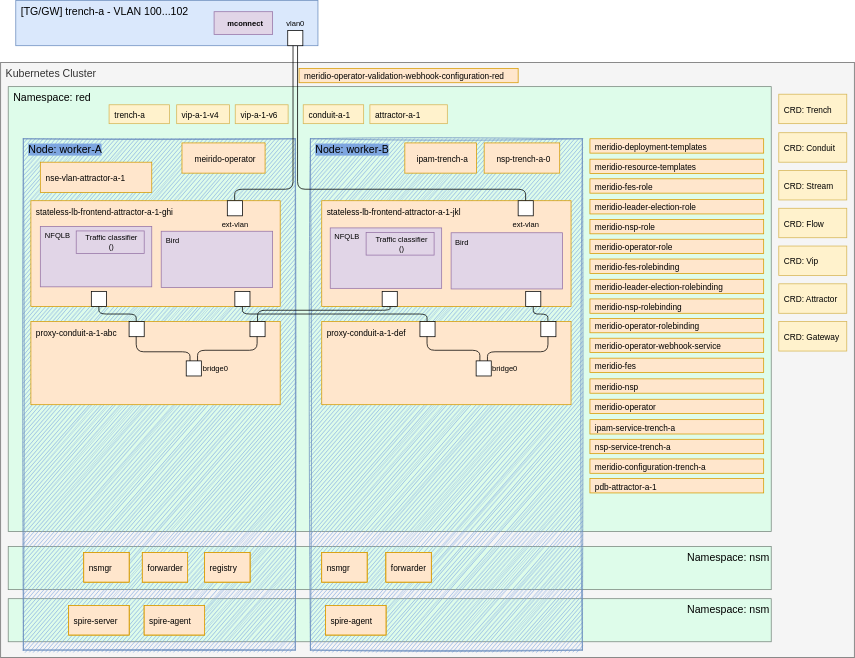
Before: Installation/assets/step-5.svg, a diagram exported from draw.io (Nordix/Meridio). Source tidied: cells renumbered, new cells last; positions are measured from the earlier drawing's top-left corner, leaving out a move shared by most shapes.
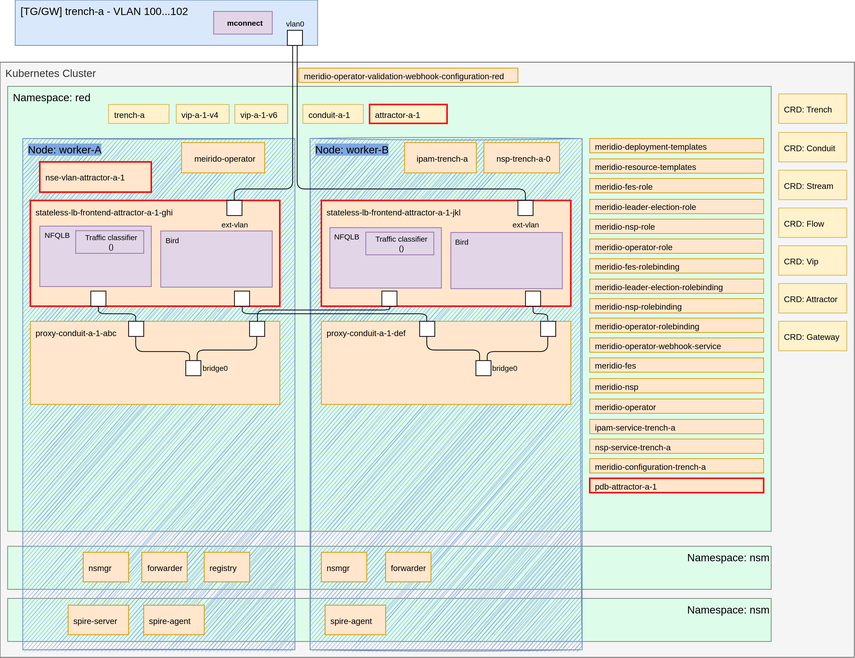
Above is the later version.

Diff of the diagram source:
```diff
@@ -20,7 +20,7 @@
     <mxCell id="7" value="&lt;span style=&quot;background-color: rgb(126, 166, 224);&quot;&gt;Node: worker-A&lt;/span&gt;" style="rounded=0;whiteSpace=wrap;html=1;labelBackgroundColor=none;fontSize=14;align=left;strokeColor=#6c8ebf;verticalAlign=top;spacingLeft=5;sketch=1;fillStyle=hachure;fillColor=#7EA6E0;" parent="1" vertex="1">
       <mxGeometry x="30" y="183.2" width="360" height="676.8" as="geometry" />
     </mxCell>
-    <mxCell id="8" value="&lt;font&gt;&lt;font style=&quot;font-size: 11px;&quot;&gt;stateless-lb-frontend-attractor-a-1-ghi&lt;/font&gt;&lt;br&gt;&lt;/font&gt;" style="rounded=0;whiteSpace=wrap;html=1;labelBackgroundColor=none;fontSize=14;align=left;fillColor=#ffe6cc;strokeColor=#d79b00;verticalAlign=top;spacingLeft=5;" parent="1" vertex="1">
+    <mxCell id="8" value="&lt;font&gt;&lt;font style=&quot;font-size: 11px;&quot;&gt;stateless-lb-frontend-attractor-a-1-ghi&lt;/font&gt;&lt;br&gt;&lt;/font&gt;" style="rounded=0;whiteSpace=wrap;html=1;labelBackgroundColor=none;fontSize=14;align=left;fillColor=#ffe6cc;strokeColor=#FF0000;verticalAlign=top;spacingLeft=5;strokeWidth=2;" parent="1" vertex="1">
       <mxGeometry x="40" y="265.2" width="330" height="140" as="geometry" />
     </mxCell>
     <mxCell id="9" value="ext-vlan" style="strokeColor=inherit;fillColor=inherit;gradientColor=inherit;shape=rect;points=[[0,0.5,0]];html=1;align=center;verticalAlign=top;labelPosition=center;verticalLabelPosition=bottom;labelBackgroundColor=none;fontSize=10;paart=1;" parent="1" vertex="1">
@@ -106,7 +106,7 @@
     <mxCell id="29" style="html=1;align=right;verticalAlign=top;labelBackgroundColor=none;fontSize=10;" parent="27" vertex="1">
       <mxGeometry x="1" relative="1" as="geometry" />
     </mxCell>
-    <mxCell id="30" value="&lt;font&gt;&lt;font style=&quot;font-size: 11px;&quot;&gt;stateless-lb-frontend-attractor-a-1-jkl&lt;/font&gt;&lt;br&gt;&lt;/font&gt;" style="rounded=0;whiteSpace=wrap;html=1;labelBackgroundColor=none;fontSize=14;align=left;fillColor=#ffe6cc;strokeColor=#d79b00;verticalAlign=top;spacingLeft=5;" parent="1" vertex="1">
+    <mxCell id="30" value="&lt;font&gt;&lt;font style=&quot;font-size: 11px;&quot;&gt;stateless-lb-frontend-attractor-a-1-jkl&lt;/font&gt;&lt;br&gt;&lt;/font&gt;" style="rounded=0;whiteSpace=wrap;html=1;labelBackgroundColor=none;fontSize=14;align=left;fillColor=#ffe6cc;strokeColor=#FF0000;verticalAlign=top;spacingLeft=5;strokeWidth=2;" parent="1" vertex="1">
       <mxGeometry x="425" y="265.2" width="330" height="140" as="geometry" />
     </mxCell>
     <mxCell id="31" value="ext-vlan" style="strokeColor=inherit;fillColor=inherit;gradientColor=inherit;shape=rect;points=[[0,0.5,0]];html=1;align=center;verticalAlign=top;labelPosition=center;verticalLabelPosition=bottom;labelBackgroundColor=none;fontSize=10;paart=1;" parent="1" vertex="1">
@@ -252,13 +252,13 @@
     <mxCell id="67" value="&lt;font style=&quot;font-size: 11px&quot;&gt;vip-a-1-v6&lt;br&gt;&lt;/font&gt;" style="rounded=0;whiteSpace=wrap;html=1;labelBackgroundColor=none;fontSize=14;align=left;fillColor=#fff2cc;strokeColor=#d6b656;verticalAlign=middle;spacingLeft=5;" parent="1" vertex="1">
       <mxGeometry x="310.5" y="138.2" width="70" height="25" as="geometry" />
     </mxCell>
-    <mxCell id="68" value="&lt;div style=&quot;&quot;&gt;&lt;font style=&quot;font-size: 11px;&quot;&gt;nse-vlan-attractor-a-1&lt;/font&gt;&lt;/div&gt;" style="rounded=0;whiteSpace=wrap;html=1;labelBackgroundColor=none;fontSize=14;align=left;fillColor=#ffe6cc;strokeColor=#d79b00;verticalAlign=middle;spacingLeft=5;" parent="1" vertex="1">
+    <mxCell id="68" value="&lt;div style=&quot;&quot;&gt;&lt;font style=&quot;font-size: 11px;&quot;&gt;nse-vlan-attractor-a-1&lt;/font&gt;&lt;/div&gt;" style="rounded=0;whiteSpace=wrap;html=1;labelBackgroundColor=none;fontSize=14;align=left;fillColor=#ffe6cc;strokeColor=#FF0000;verticalAlign=middle;spacingLeft=5;strokeWidth=2;" parent="1" vertex="1">
       <mxGeometry x="52.5" y="214.2" width="147.5" height="40" as="geometry" />
     </mxCell>
     <mxCell id="69" value="&lt;font style=&quot;font-size: 11px&quot;&gt;meridio-operator-validation-webhook-configuration-red&lt;br&gt;&lt;/font&gt;" style="rounded=0;whiteSpace=wrap;html=1;labelBackgroundColor=none;fontSize=14;align=left;fillColor=#ffe6cc;strokeColor=#d79b00;verticalAlign=middle;spacingLeft=5;" parent="1" vertex="1">
       <mxGeometry x="395" y="90" width="290" height="19" as="geometry" />
     </mxCell>
-    <mxCell id="70" value="&lt;font style=&quot;font-size: 11px&quot;&gt;attractor-a-1&lt;br&gt;&lt;/font&gt;" style="rounded=0;whiteSpace=wrap;html=1;labelBackgroundColor=none;fontSize=14;align=left;fillColor=#fff2cc;strokeColor=#d6b656;verticalAlign=middle;spacingLeft=5;" parent="1" vertex="1">
+    <mxCell id="70" value="&lt;font style=&quot;font-size: 11px&quot;&gt;attractor-a-1&lt;br&gt;&lt;/font&gt;" style="rounded=0;whiteSpace=wrap;html=1;labelBackgroundColor=none;fontSize=14;align=left;fillColor=#fff2cc;strokeColor=#FF0000;verticalAlign=middle;spacingLeft=5;strokeWidth=2;" parent="1" vertex="1">
       <mxGeometry x="488.8" y="138.2" width="102.5" height="25" as="geometry" />
     </mxCell>
     <mxCell id="71" value="&lt;span&gt;NFQLB&lt;br&gt;&lt;/span&gt;" style="rounded=0;whiteSpace=wrap;html=1;labelBackgroundColor=none;fontSize=10;align=left;spacingLeft=4;labelPosition=center;verticalLabelPosition=middle;verticalAlign=top;fillColor=#e1d5e7;strokeColor=#9673a6;fontStyle=0;" parent="1" vertex="1">
@@ -411,7 +411,7 @@
     <mxCell id="120" value="&lt;font style=&quot;font-size: 11px&quot;&gt;nsp-trench-a-0&lt;br&gt;&lt;/font&gt;" style="rounded=0;whiteSpace=wrap;html=1;labelBackgroundColor=none;fontSize=14;align=center;fillColor=#ffe6cc;strokeColor=#d79b00;verticalAlign=middle;spacingLeft=5;" parent="1" vertex="1">
       <mxGeometry x="640" y="188.7" width="100" height="40" as="geometry" />
     </mxCell>
-    <mxCell id="121" value="&lt;font style=&quot;font-size: 11px&quot;&gt;pdb-attractor-a-1&lt;br&gt;&lt;/font&gt;" style="rounded=0;whiteSpace=wrap;html=1;labelBackgroundColor=none;fontSize=14;align=left;fillColor=#ffe6cc;strokeColor=#d79b00;verticalAlign=middle;spacingLeft=5;" parent="1" vertex="1">
+    <mxCell id="121" value="&lt;font style=&quot;font-size: 11px&quot;&gt;pdb-attractor-a-1&lt;br&gt;&lt;/font&gt;" style="rounded=0;whiteSpace=wrap;html=1;labelBackgroundColor=none;fontSize=14;align=left;fillColor=#ffe6cc;strokeColor=#FF0000;verticalAlign=middle;spacingLeft=5;strokeWidth=2;" parent="1" vertex="1">
       <mxGeometry x="780" y="633" width="230" height="19" as="geometry" />
     </mxCell>
   </root>
```
